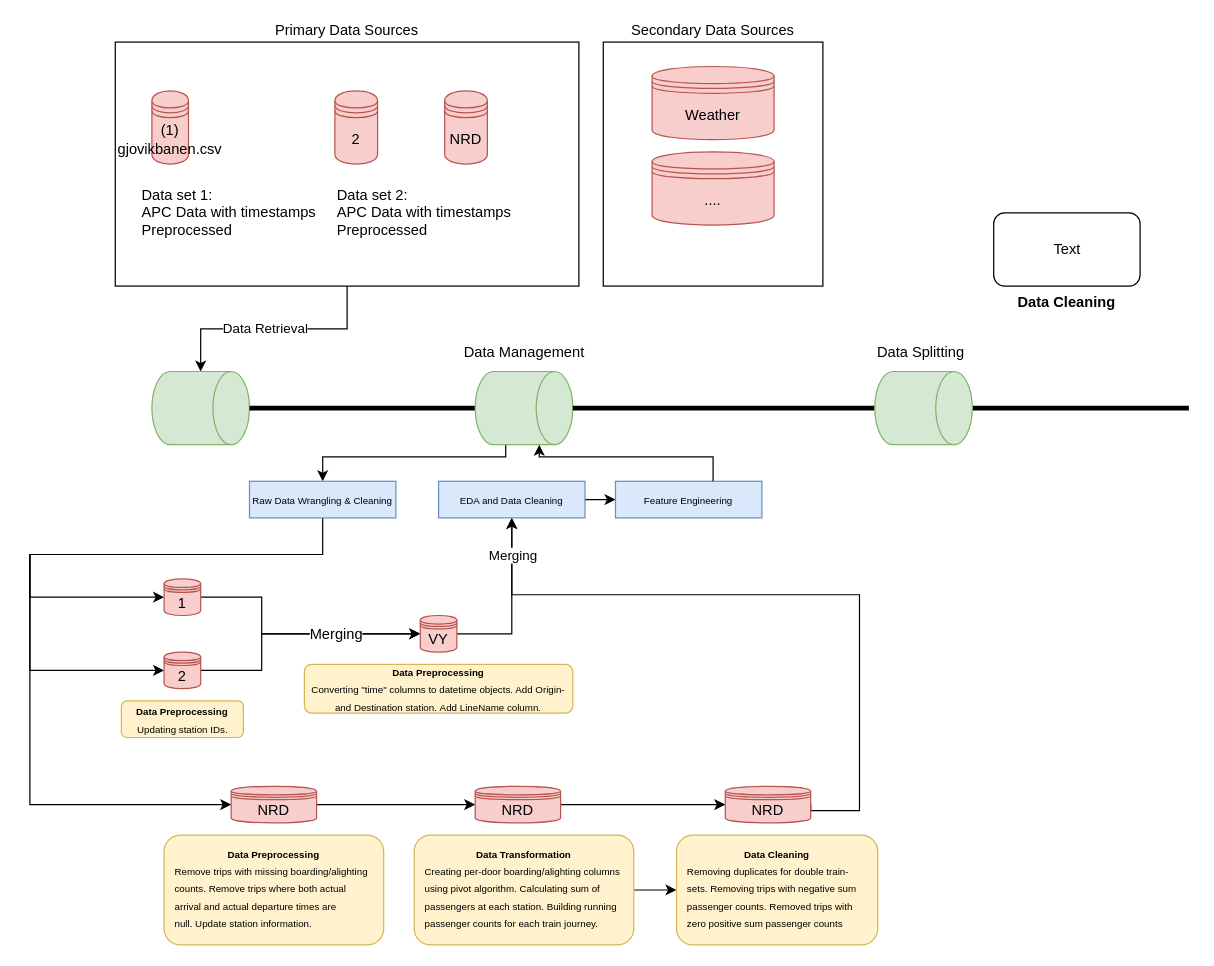
Before: page "Pipeline illustreation" (1 of 2) of Untitled Diagram.drawio in andreasolborg/illustrations, a draw.io diagram. Source tidied: cells renumbered, new cells numbered last; positions are measured from the earlier drawing's top-left corner, leaving out a move shared by most shapes. Both pictures are drawn from the tidied source at 122%, with x=0, y=0 at pixel (29, 41).
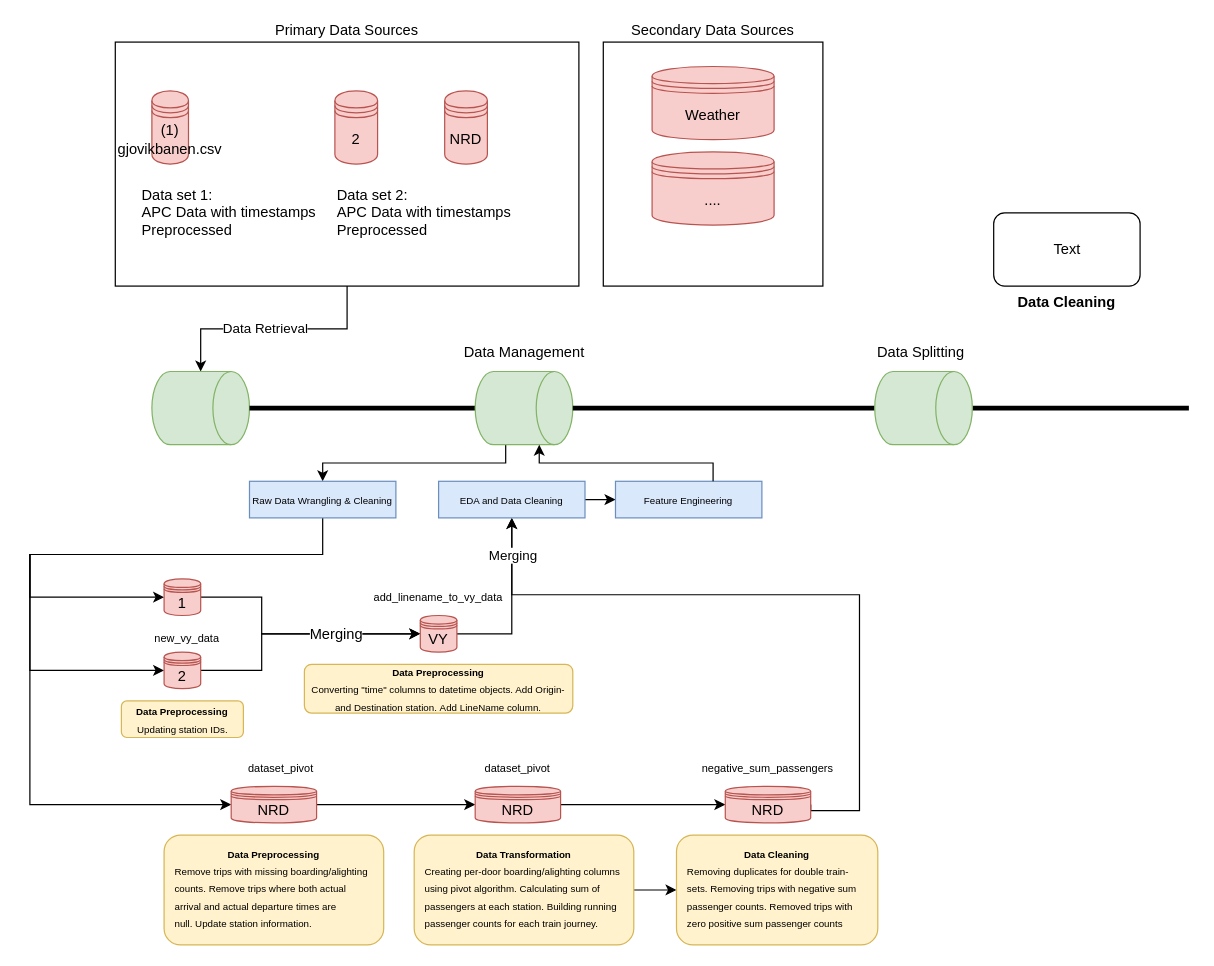
Above is the later version.

Unchanged cells that the change refers to:
```xml
<mxCell id="13" style="shape=cylinder3;whiteSpace=wrap;html=1;boundedLbl=1;backgroundOutline=1;size=15;rotation=90;fillColor=#d5e8d4;strokeColor=#82b366;" parent="1" vertex="1">
  <mxGeometry x="375" y="260" width="60" height="80" as="geometry" />
</mxCell>
<mxCell id="40" value="&lt;font style=&quot;font-size: 8px;&quot;&gt;Raw Data Wrangling &amp;amp; Cleaning&lt;/font&gt;" style="rounded=0;whiteSpace=wrap;html=1;fillColor=#dae8fc;strokeColor=#6c8ebf;" parent="1" vertex="1">
  <mxGeometry x="180" y="360" width="120" height="30" as="geometry" />
</mxCell>
<mxCell id="52" value="&lt;font style=&quot;font-size: 8px;&quot;&gt;Feature Engineering&lt;/font&gt;" style="rounded=0;whiteSpace=wrap;html=1;fillColor=#dae8fc;strokeColor=#6c8ebf;" parent="1" vertex="1">
  <mxGeometry x="480" y="360" width="120" height="30" as="geometry" />
</mxCell>
```

Change to the diagram source:
```diff
@@
     <mxCell id="12" style="edgeStyle=orthogonalEdgeStyle;rounded=0;jettySize=auto;html=1;exitX=0.987;exitY=0.706;exitDx=0;exitDy=0;exitPerimeter=0;entryX=0.5;entryY=0;entryDx=0;entryDy=0;strokeColor=default;" parent="1" edge="1" source="13" target="40">
       <mxGeometry relative="1" as="geometry">
         <Array as="points">
           <mxPoint x="390" y="329" />
-          <mxPoint x="390" y="340" />
-          <mxPoint x="240" y="340" />
+          <mxPoint x="390" y="345" />
+          <mxPoint x="240" y="345" />
         </Array>
       </mxGeometry>
     </mxCell>
@@
     <mxCell id="53" style="edgeStyle=orthogonalEdgeStyle;rounded=0;jettySize=auto;html=1;entryX=1;entryY=0;entryDx=0;entryDy=27.5;entryPerimeter=0;" parent="1" edge="1" source="52" target="13">
       <mxGeometry relative="1" as="geometry">
         <Array as="points">
-          <mxPoint x="560" y="340" />
-          <mxPoint x="418" y="340" />
+          <mxPoint x="560" y="345" />
+          <mxPoint x="417" y="345" />
         </Array>
       </mxGeometry>
     </mxCell>
+    <mxCell id="54" value="&lt;font style=&quot;font-size: 9px;&quot;&gt;add_linename_to_vy_data&lt;/font&gt;" style="text;html=1;align=center;verticalAlign=middle;whiteSpace=wrap;rounded=0;fillColor=none;glass=0;shadow=0;" parent="1" vertex="1">
+      <mxGeometry x="276" y="440" width="118" height="30" as="geometry" />
+    </mxCell>
+    <mxCell id="55" value="&lt;font style=&quot;font-size: 9px;&quot;&gt;dataset_pivot&lt;/font&gt;" style="text;html=1;align=center;verticalAlign=middle;whiteSpace=wrap;rounded=0;fillColor=none;glass=0;shadow=0;" parent="1" vertex="1">
+      <mxGeometry x="147" y="580" width="118" height="30" as="geometry" />
+    </mxCell>
+    <mxCell id="56" value="&lt;font style=&quot;font-size: 9px;&quot;&gt;dataset_pivot&lt;/font&gt;" style="text;html=1;align=center;verticalAlign=middle;whiteSpace=wrap;rounded=0;fillColor=none;glass=0;shadow=0;" parent="1" vertex="1">
+      <mxGeometry x="341" y="580" width="118" height="30" as="geometry" />
+    </mxCell>
+    <mxCell id="57" value="&lt;font style=&quot;font-size: 9px;&quot;&gt;negative_sum_passengers&lt;/font&gt;" style="text;html=1;align=center;verticalAlign=middle;whiteSpace=wrap;rounded=0;fillColor=none;glass=0;shadow=0;" parent="1" vertex="1">
+      <mxGeometry x="546" y="580" width="118" height="30" as="geometry" />
+    </mxCell>
+    <mxCell id="58" value="&lt;font style=&quot;font-size: 9px;&quot;&gt;new_vy_data&lt;/font&gt;" style="text;html=1;align=center;verticalAlign=middle;whiteSpace=wrap;rounded=0;fillColor=none;glass=0;shadow=0;" parent="1" vertex="1">
+      <mxGeometry x="70" y="473" width="118" height="30" as="geometry" />
+    </mxCell>
```
